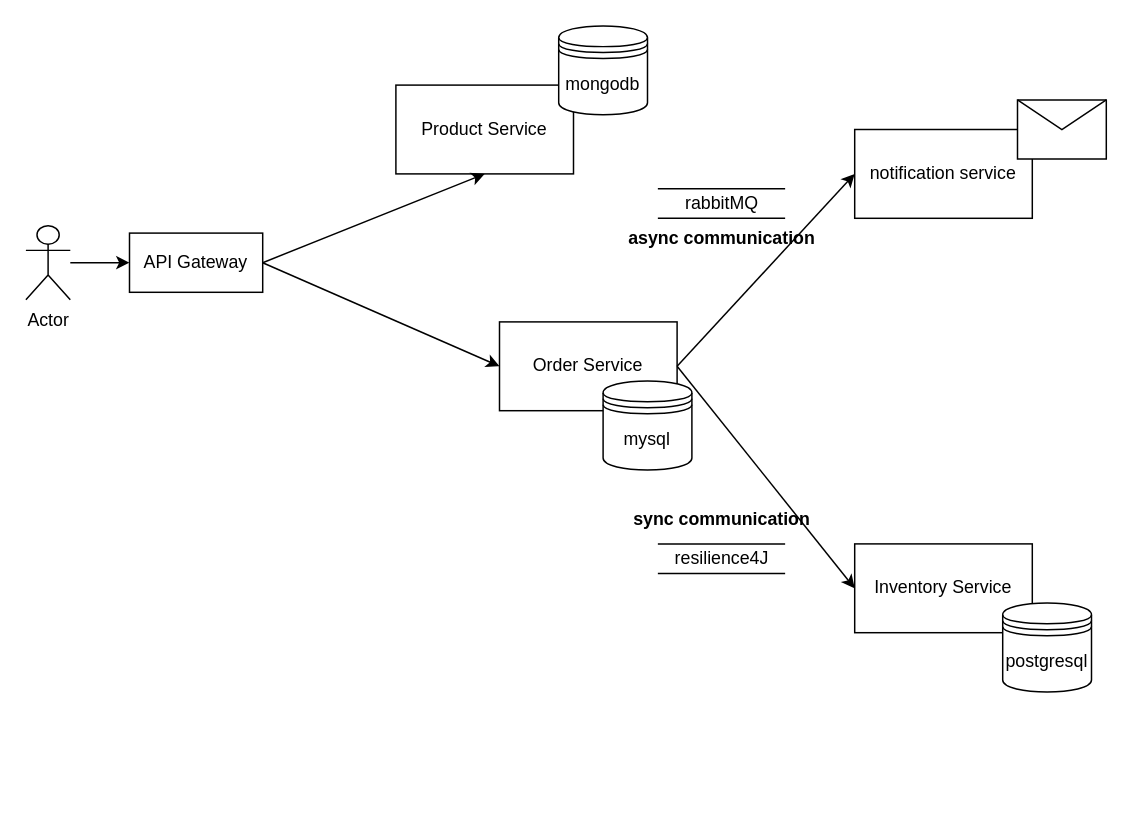
This is poc_microservice.drawio from shreeram09/example_repo, a draw.io file, before an edit. Source tidied: cells renumbered, new cells numbered last; positions are measured from the earlier drawing's top-left corner, leaving out a move shared by most shapes. Both pictures are drawn from the tidied source at 148%, with x=0, y=0 at pixel (25, 25).
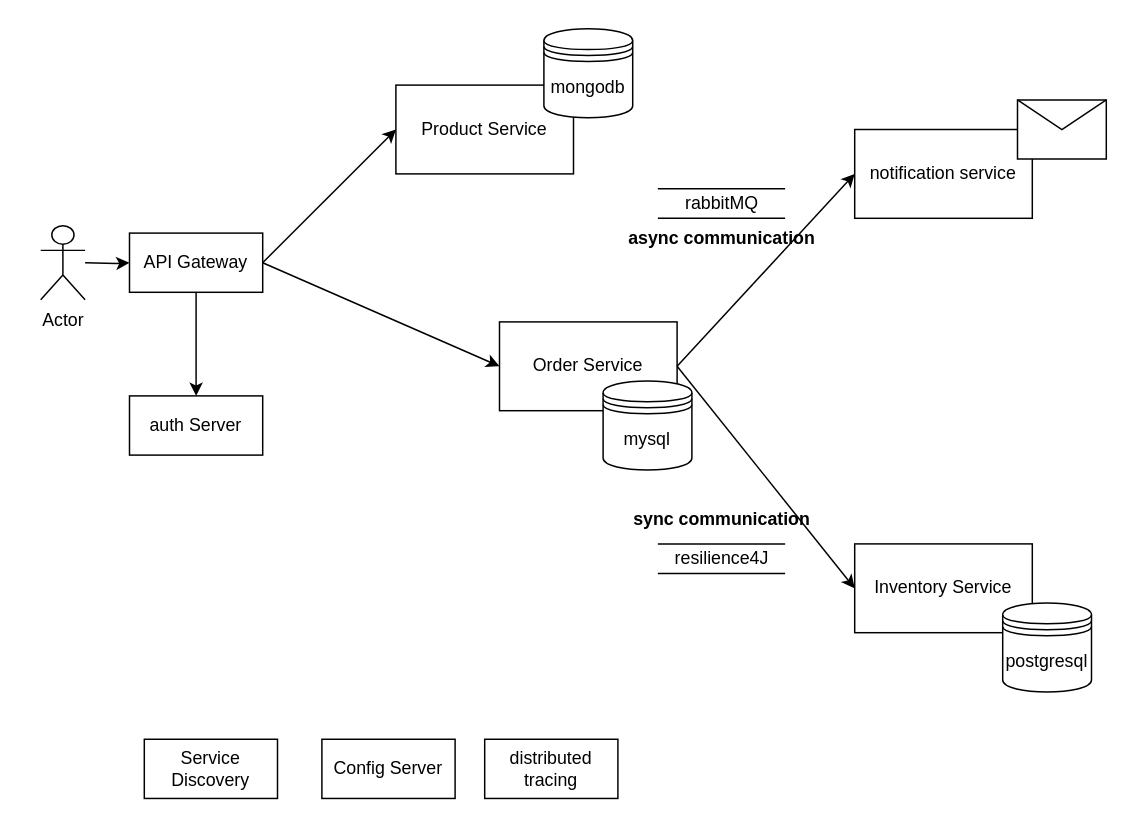
Above is the later version.

Unchanged cells that the change refers to:
```xml
<mxCell id="4" value="API Gateway" style="rounded=0;whiteSpace=wrap;html=1;" parent="1" vertex="1">
  <mxGeometry x="70" y="140" width="90" height="40" as="geometry" />
</mxCell>
<mxCell id="5" value="Product Service" style="rounded=0;whiteSpace=wrap;html=1;" parent="1" vertex="1">
  <mxGeometry x="250" y="40" width="120" height="60" as="geometry" />
</mxCell>
```

What changed in the source:
```diff
@@
-    <mxCell id="2" style="edgeStyle=orthogonalEdgeStyle;rounded=0;jettySize=auto;html=1;" parent="1" edge="1" source="3" target="4">
-      <mxGeometry relative="1" as="geometry" />
+    <mxCell id="2" style="edgeStyle=orthogonalEdgeStyle;rounded=0;jettySize=auto;html=1;" parent="1" edge="1" target="4">
+      <mxGeometry relative="1" as="geometry">
+        <mxPoint x="40" y="160" as="sourcePoint" />
+      </mxGeometry>
     </mxCell>
     <mxCell id="3" value="Actor" style="shape=umlActor;verticalLabelPosition=bottom;verticalAlign=top;html=1;outlineConnect=0;" parent="1" vertex="1">
-      <mxGeometry y="135" width="30" height="50" as="geometry" />
+      <mxGeometry x="10" y="135" width="30" height="50" as="geometry" />
     </mxCell>
+    <mxCell id="21" style="edgeStyle=orthogonalEdgeStyle;rounded=0;jettySize=auto;html=1;entryX=0.5;entryY=0;entryDx=0;entryDy=0;" parent="1" edge="1" source="4" target="22">
+      <mxGeometry relative="1" as="geometry" />
+    </mxCell>
@@
     <mxCell id="13" value="mongodb" style="shape=datastore;whiteSpace=wrap;html=1;" parent="1" vertex="1">
-      <mxGeometry x="360" width="60" height="60" as="geometry" />
+      <mxGeometry x="350" y="2" width="60" height="60" as="geometry" />
     </mxCell>
@@
-    <mxCell id="19" style="endArrow=classic;html=1;rounded=0;exitX=1;exitY=0.5;exitDx=0;exitDy=0;entryX=0.5;entryY=1;entryDx=0;entryDy=0;" parent="1" edge="1" source="4" target="5">
+    <mxCell id="19" style="endArrow=classic;html=1;rounded=0;exitX=1;exitY=0.5;exitDx=0;exitDy=0;entryX=0;entryY=0.5;entryDx=0;entryDy=0;" parent="1" edge="1" source="4" target="5">
       <mxGeometry relative="1" as="geometry" />
     </mxCell>
@@
+    <mxCell id="22" value="auth Server" style="rounded=0;whiteSpace=wrap;html=1;" parent="1" vertex="1">
+      <mxGeometry x="70" y="250" width="90" height="40" as="geometry" />
+    </mxCell>
+    <mxCell id="23" value="Service Discovery" style="rounded=0;whiteSpace=wrap;html=1;" parent="1" vertex="1">
+      <mxGeometry x="80" y="482" width="90" height="40" as="geometry" />
+    </mxCell>
+    <mxCell id="24" value="Config Server" style="rounded=0;whiteSpace=wrap;html=1;" parent="1" vertex="1">
+      <mxGeometry x="200" y="482" width="90" height="40" as="geometry" />
+    </mxCell>
+    <mxCell id="25" value="distributed tracing" style="rounded=0;whiteSpace=wrap;html=1;" parent="1" vertex="1">
+      <mxGeometry x="310" y="482" width="90" height="40" as="geometry" />
+    </mxCell>
```
